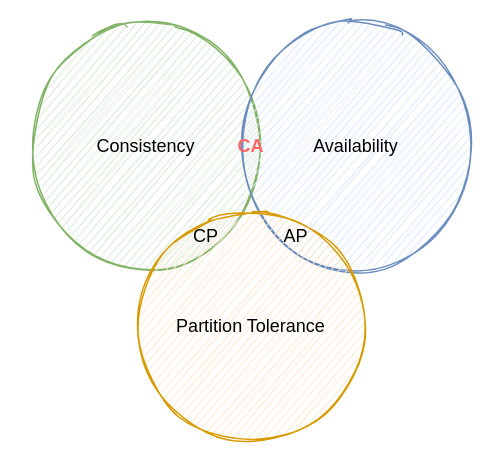
Earlier version of the draw.io diagram redis/cap交叉的图.drawio (erlieStar/diagrams). Source tidied: cells renumbered, new cells numbered last; positions are measured from the earlier drawing's top-left corner, leaving out a move shared by most shapes. Both pictures are drawn from the tidied source at 150%, with x=0, y=0 at pixel (26, 26).
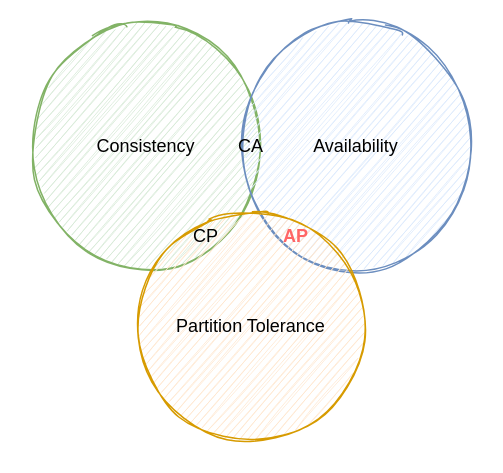
After the change.

The edit, as a diff of the source:
```diff
@@
 <mxGraphModel>
   <root>
     <mxCell id="0" />
     <mxCell id="1" parent="0" />
     <mxCell id="2" value="Consistency" style="ellipse;whiteSpace=wrap;html=1;sketch=1;fillColor=#d5e8d4;strokeColor=#82b366;" parent="1" vertex="1">
       <mxGeometry width="160" height="160" as="geometry" />
     </mxCell>
     <mxCell id="3" value="Availability" style="ellipse;whiteSpace=wrap;html=1;fillColor=#dae8fc;sketch=1;strokeColor=#6c8ebf;" parent="1" vertex="1">
       <mxGeometry x="140" width="160" height="160" as="geometry" />
     </mxCell>
     <mxCell id="4" value="Partition Tolerance" style="ellipse;whiteSpace=wrap;html=1;fillColor=#ffe6cc;sketch=1;strokeColor=#d79b00;" parent="1" vertex="1">
       <mxGeometry x="70" y="120" width="160" height="160" as="geometry" />
     </mxCell>
-    <mxCell id="5" value="&lt;b&gt;&lt;font color=&quot;#ff6666&quot;&gt;CA&lt;/font&gt;&lt;/b&gt;" style="text;html=1;strokeColor=none;fillColor=none;align=center;verticalAlign=middle;whiteSpace=wrap;rounded=0;" parent="1" vertex="1">
+    <mxCell id="5" value="CA" style="text;html=1;strokeColor=none;fillColor=none;align=center;verticalAlign=middle;whiteSpace=wrap;rounded=0;" parent="1" vertex="1">
       <mxGeometry x="130" y="70" width="40" height="20" as="geometry" />
     </mxCell>
     <mxCell id="6" value="CP" style="text;html=1;strokeColor=none;fillColor=none;align=center;verticalAlign=middle;whiteSpace=wrap;rounded=0;" parent="1" vertex="1">
       <mxGeometry x="100" y="130" width="40" height="20" as="geometry" />
     </mxCell>
-    <mxCell id="7" value="AP" style="text;html=1;strokeColor=none;fillColor=none;align=center;verticalAlign=middle;whiteSpace=wrap;rounded=0;" parent="1" vertex="1">
+    <mxCell id="7" value="&lt;b&gt;&lt;font color=&quot;#ff6666&quot;&gt;AP&lt;/font&gt;&lt;/b&gt;" style="text;html=1;strokeColor=none;fillColor=none;align=center;verticalAlign=middle;whiteSpace=wrap;rounded=0;" parent="1" vertex="1">
       <mxGeometry x="160" y="130" width="40" height="20" as="geometry" />
     </mxCell>
   </root>
 </mxGraphModel>
```
